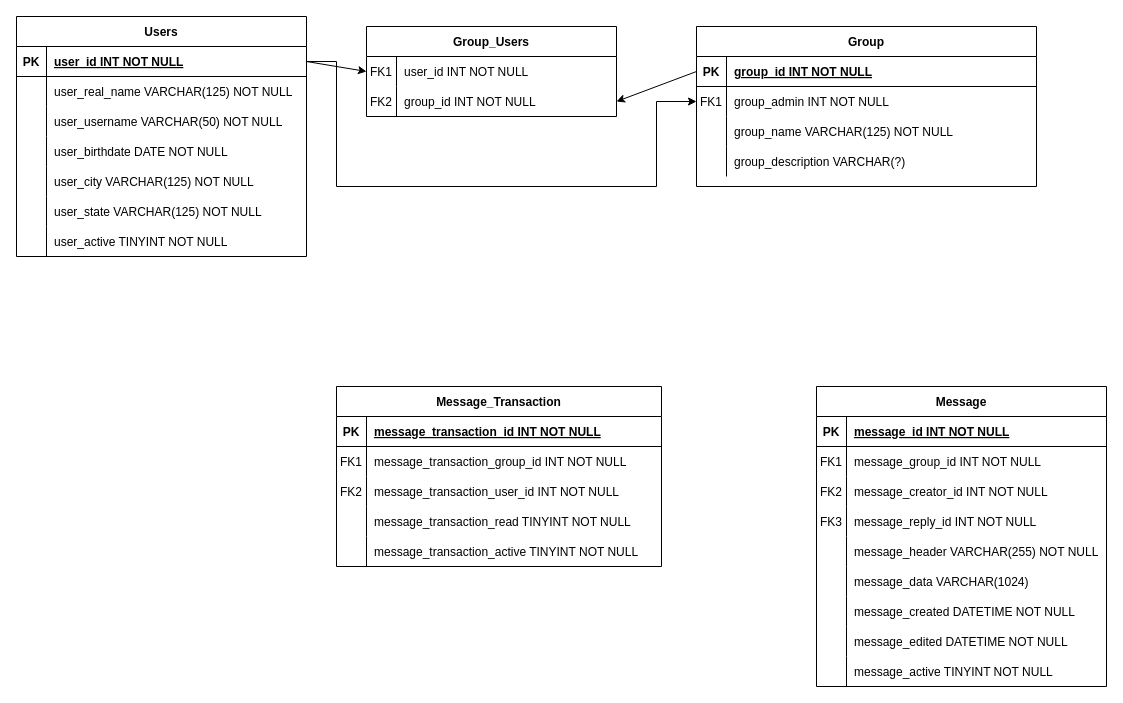
Above: page "Copy of Page-1" (2 of 2) of UML.drawio in jdstrongpdx/Data-Dragons (draw.io), before the change. Source tidied: cells renumbered, new cells numbered last; positions are measured from the earlier drawing's top-left corner, leaving out a move shared by most shapes. Both pictures are drawn from the tidied source at 100%, with x=0, y=0 at pixel (16, 16).
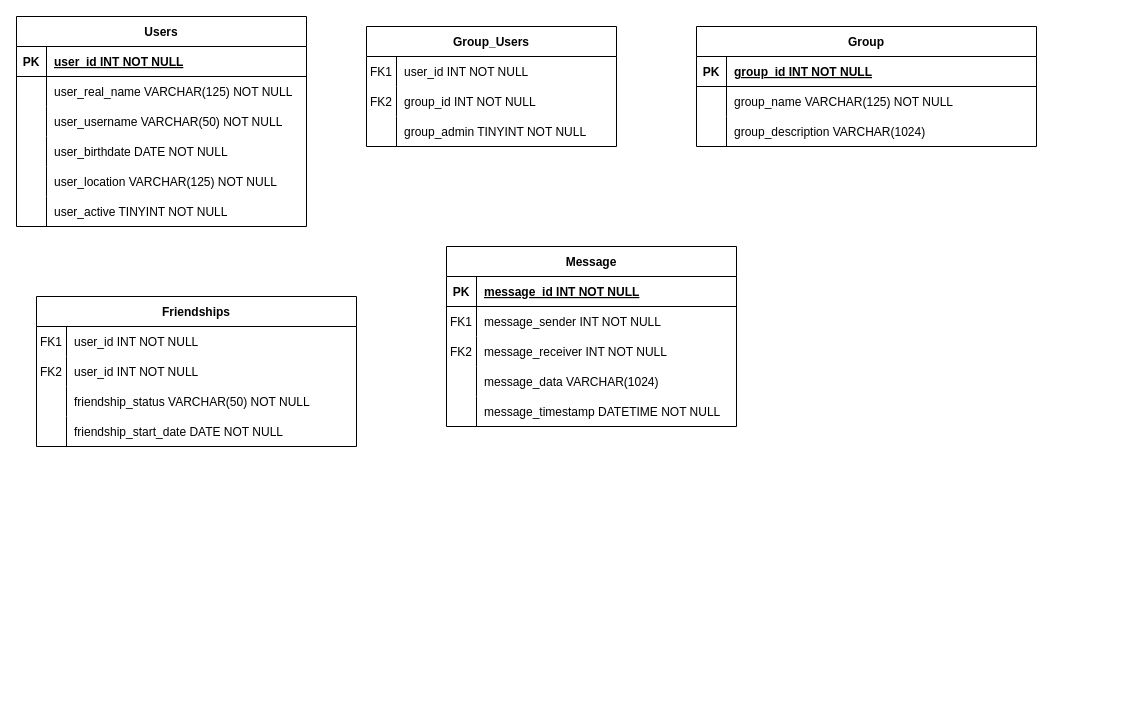
Above is the later version.

The change refers to these unchanged cells:
```xml
<mxCell id="3" style="shape=partialRectangle;fillColor=none;points=[[0,0.5],[1,0.5]];portConstraint=eastwest;top=0;left=0;right=0;bottom=0;" parent="2" vertex="1">
  <mxGeometry y="30" width="250" height="30" as="geometry" />
</mxCell>
<mxCell id="6" style="shape=partialRectangle;fillColor=none;points=[[0,0.5],[1,0.5]];portConstraint=eastwest;top=0;left=0;right=0;bottom=0;" parent="2" vertex="1">
  <mxGeometry y="60" width="250" height="30" as="geometry" />
</mxCell>
<mxCell id="10" style="shape=partialRectangle;fillColor=none;points=[[0,0.5],[1,0.5]];portConstraint=eastwest;top=0;left=0;right=0;bottom=1;" parent="9" vertex="1">
  <mxGeometry y="30" width="340" height="30" as="geometry" />
</mxCell>
<mxCell id="26" style="shape=partialRectangle;fillColor=none;top=0;left=0;right=0;bottom=0;" parent="22" vertex="1">
  <mxGeometry y="60" width="290" height="30" as="geometry" />
</mxCell>
<mxCell id="29" style="shape=partialRectangle;fillColor=none;top=0;left=0;right=0;bottom=0;" parent="22" vertex="1">
  <mxGeometry y="90" width="290" height="30" as="geometry" />
</mxCell>
<mxCell id="51" style="shape=partialRectangle;fillColor=none;points=[[0,0.5],[1,0.5]];portConstraint=eastwest;top=0;left=0;right=0;bottom=1;" parent="50" vertex="1">
  <mxGeometry y="30" width="290" height="30" as="geometry" />
</mxCell>
<mxCell id="63" style="shape=partialRectangle;fillColor=none;top=0;left=0;right=0;bottom=0;" parent="50" vertex="1">
  <mxGeometry y="150" width="290" height="30" as="geometry" />
</mxCell>
```

Change to the diagram source:
```diff
@@
     <mxCell id="2" value="Group_Users" style="shape=table;startSize=30;childLayout=tableLayout;rowLines=0;fontStyle=1;align=center;" parent="1" vertex="1">
-      <mxGeometry x="350" y="10" width="250" height="90" as="geometry" />
+      <mxGeometry x="350" y="10" width="250" height="120" as="geometry" />
     </mxCell>
@@
+    <mxCell id="91" style="shape=tableRow;horizontal=0;startSize=0;swimlaneHead=0;swimlaneBody=0;fillColor=none;top=0;left=0;right=0;bottom=0;" parent="2" vertex="1">
+      <mxGeometry y="90" width="250" height="30" as="geometry" />
+    </mxCell>
+    <mxCell id="92" style="shape=partialRectangle;fillColor=none;top=0;left=0;bottom=0;right=0;overflow=hidden;" parent="91" vertex="1">
+      <mxGeometry width="30" height="30" as="geometry" />
+    </mxCell>
+    <mxCell id="93" value="group_admin TINYINT NOT NULL" style="shape=partialRectangle;fillColor=none;top=0;left=0;bottom=0;right=0;align=left;spacingLeft=6;overflow=hidden;" parent="91" vertex="1">
+      <mxGeometry x="30" width="220" height="30" as="geometry" />
+    </mxCell>
     <mxCell id="9" value="Group" style="shape=table;startSize=30;childLayout=tableLayout;rowLines=0;fontStyle=1;align=center;" parent="1" vertex="1">
-      <mxGeometry x="680" y="10" width="340" height="160" as="geometry" />
+      <mxGeometry x="680" y="10" width="340" height="120" as="geometry" />
     </mxCell>
@@
-    <mxCell id="13" style="shape=partialRectangle;fillColor=none;points=[[0,0.5],[1,0.5]];portConstraint=eastwest;top=0;left=0;right=0;bottom=0;" parent="9" vertex="1">
-      <mxGeometry y="60" width="340" height="30" as="geometry" />
-    </mxCell>
-    <mxCell id="14" value="FK1" style="shape=partialRectangle;overflow=hidden;fillColor=none;top=0;left=0;bottom=0;right=0;" parent="13" vertex="1">
-      <mxGeometry width="30" height="30" as="geometry" />
-    </mxCell>
-    <mxCell id="15" value="group_admin INT NOT NULL" style="shape=partialRectangle;overflow=hidden;fillColor=none;top=0;left=0;bottom=0;right=0;align=left;spacingLeft=6;" parent="13" vertex="1">
-      <mxGeometry x="30" width="310" height="30" as="geometry" />
-    </mxCell>
     <mxCell id="16" style="shape=partialRectangle;fillColor=none;top=0;left=0;right=0;bottom=0;" parent="9" vertex="1">
-      <mxGeometry y="90" width="340" height="30" as="geometry" />
+      <mxGeometry y="60" width="340" height="30" as="geometry" />
     </mxCell>
@@
     <mxCell id="19" style="shape=partialRectangle;fillColor=none;top=0;left=0;right=0;bottom=0;" parent="9" vertex="1">
-      <mxGeometry y="120" width="340" height="30" as="geometry" />
+      <mxGeometry y="90" width="340" height="30" as="geometry" />
     </mxCell>
@@
-    <mxCell id="21" value="group_description VARCHAR(?) " style="shape=partialRectangle;overflow=hidden;fillColor=none;top=0;left=0;bottom=0;right=0;align=left;spacingLeft=6;" parent="19" vertex="1">
+    <mxCell id="21" value="group_description VARCHAR(1024) " style="shape=partialRectangle;overflow=hidden;fillColor=none;top=0;left=0;bottom=0;right=0;align=left;spacingLeft=6;" parent="19" vertex="1">
       <mxGeometry x="30" width="310" height="30" as="geometry" />
     </mxCell>
     <mxCell id="22" value="Message" style="shape=table;startSize=30;childLayout=tableLayout;rowLines=0;fontStyle=1;align=center;" parent="1" vertex="1">
-      <mxGeometry x="800" y="370" width="290" height="300" as="geometry" />
+      <mxGeometry x="430" y="230" width="290" height="180" as="geometry" />
     </mxCell>
@@
-    <mxCell id="28" value="message_group_id INT NOT NULL" style="shape=partialRectangle;overflow=hidden;fillColor=none;top=0;left=0;bottom=0;right=0;align=left;spacingLeft=6;" parent="26" vertex="1">
+    <mxCell id="28" value="message_sender INT NOT NULL" style="shape=partialRectangle;overflow=hidden;fillColor=none;top=0;left=0;bottom=0;right=0;align=left;spacingLeft=6;" parent="26" vertex="1">
       <mxGeometry x="30" width="260" height="30" as="geometry" />
     </mxCell>
@@
-    <mxCell id="31" value="message_creator_id INT NOT NULL" style="shape=partialRectangle;overflow=hidden;fillColor=none;top=0;left=0;bottom=0;right=0;align=left;spacingLeft=6;" parent="29" vertex="1">
+    <mxCell id="31" value="message_receiver INT NOT NULL" style="shape=partialRectangle;overflow=hidden;fillColor=none;top=0;left=0;bottom=0;right=0;align=left;spacingLeft=6;" parent="29" vertex="1">
       <mxGeometry x="30" width="260" height="30" as="geometry" />
     </mxCell>
-    <mxCell id="32" style="shape=partialRectangle;fillColor=none;top=0;left=0;right=0;bottom=0;" parent="22" vertex="1">
-      <mxGeometry y="120" width="290" height="30" as="geometry" />
-    </mxCell>
-    <mxCell id="33" value="FK3" style="shape=partialRectangle;overflow=hidden;fillColor=none;top=0;left=0;bottom=0;right=0;" parent="32" vertex="1">
-      <mxGeometry width="30" height="30" as="geometry" />
-    </mxCell>
-    <mxCell id="34" value="message_reply_id INT NOT NULL" style="shape=partialRectangle;overflow=hidden;fillColor=none;top=0;left=0;bottom=0;right=0;align=left;spacingLeft=6;" parent="32" vertex="1">
-      <mxGeometry x="30" width="260" height="30" as="geometry" />
-    </mxCell>
-    <mxCell id="35" style="shape=partialRectangle;fillColor=none;top=0;left=0;right=0;bottom=0;" parent="22" vertex="1">
-      <mxGeometry y="150" width="290" height="30" as="geometry" />
-    </mxCell>
-    <mxCell id="36" style="shape=partialRectangle;overflow=hidden;fillColor=none;top=0;left=0;bottom=0;right=0;" parent="35" vertex="1">
-      <mxGeometry width="30" height="30" as="geometry" />
-    </mxCell>
-    <mxCell id="37" value="message_header VARCHAR(255) NOT NULL" style="shape=partialRectangle;overflow=hidden;fillColor=none;top=0;left=0;bottom=0;right=0;align=left;spacingLeft=6;" parent="35" vertex="1">
-      <mxGeometry x="30" width="260" height="30" as="geometry" />
-    </mxCell>
     <mxCell id="38" style="shape=partialRectangle;fillColor=none;top=0;left=0;right=0;bottom=0;" parent="22" vertex="1">
-      <mxGeometry y="180" width="290" height="30" as="geometry" />
+      <mxGeometry y="120" width="290" height="30" as="geometry" />
     </mxCell>
@@
     <mxCell id="41" style="shape=partialRectangle;fillColor=none;top=0;left=0;right=0;bottom=0;" parent="22" vertex="1">
-      <mxGeometry y="210" width="290" height="30" as="geometry" />
+      <mxGeometry y="150" width="290" height="30" as="geometry" />
     </mxCell>
@@
-    <mxCell id="43" value="message_created DATETIME NOT NULL" style="shape=partialRectangle;overflow=hidden;fillColor=none;top=0;left=0;bottom=0;right=0;align=left;spacingLeft=6;" parent="41" vertex="1">
+    <mxCell id="43" value="message_timestamp DATETIME NOT NULL" style="shape=partialRectangle;overflow=hidden;fillColor=none;top=0;left=0;bottom=0;right=0;align=left;spacingLeft=6;" parent="41" vertex="1">
       <mxGeometry x="30" width="260" height="30" as="geometry" />
     </mxCell>
-    <mxCell id="44" style="shape=partialRectangle;fillColor=none;top=0;left=0;right=0;bottom=0;" parent="22" vertex="1">
-      <mxGeometry y="240" width="290" height="30" as="geometry" />
-    </mxCell>
-    <mxCell id="45" style="shape=partialRectangle;overflow=hidden;fillColor=none;top=0;left=0;bottom=0;right=0;" parent="44" vertex="1">
-      <mxGeometry width="30" height="30" as="geometry" />
-    </mxCell>
-    <mxCell id="46" value="message_edited DATETIME NOT NULL" style="shape=partialRectangle;overflow=hidden;fillColor=none;top=0;left=0;bottom=0;right=0;align=left;spacingLeft=6;" parent="44" vertex="1">
-      <mxGeometry x="30" width="260" height="30" as="geometry" />
-    </mxCell>
-    <mxCell id="47" style="shape=partialRectangle;fillColor=none;top=0;left=0;right=0;bottom=0;" parent="22" vertex="1">
-      <mxGeometry y="270" width="290" height="30" as="geometry" />
-    </mxCell>
-    <mxCell id="48" style="shape=partialRectangle;overflow=hidden;fillColor=none;top=0;left=0;bottom=0;right=0;" parent="47" vertex="1">
-      <mxGeometry width="30" height="30" as="geometry" />
-    </mxCell>
-    <mxCell id="49" value="message_active TINYINT NOT NULL" style="shape=partialRectangle;overflow=hidden;fillColor=none;top=0;left=0;bottom=0;right=0;align=left;spacingLeft=6;" parent="47" vertex="1">
-      <mxGeometry x="30" width="260" height="30" as="geometry" />
-    </mxCell>
     <mxCell id="50" value="Users" style="shape=table;startSize=30;childLayout=tableLayout;rowLines=0;fontStyle=1;align=center;" parent="1" vertex="1">
-      <mxGeometry width="290" height="240" as="geometry" />
+      <mxGeometry width="290" height="210" as="geometry" />
     </mxCell>
@@
-    <mxCell id="65" value="user_city VARCHAR(125) NOT NULL" style="shape=partialRectangle;overflow=hidden;fillColor=none;top=0;left=0;bottom=0;right=0;align=left;spacingLeft=6;" parent="63" vertex="1">
+    <mxCell id="65" value="user_location VARCHAR(125) NOT NULL" style="shape=partialRectangle;overflow=hidden;fillColor=none;top=0;left=0;bottom=0;right=0;align=left;spacingLeft=6;" parent="63" vertex="1">
       <mxGeometry x="30" width="260" height="30" as="geometry" />
     </mxCell>
-    <mxCell id="66" style="shape=partialRectangle;fillColor=none;top=0;left=0;right=0;bottom=0;" parent="50" vertex="1">
-      <mxGeometry y="180" width="290" height="30" as="geometry" />
-    </mxCell>
-    <mxCell id="67" style="shape=partialRectangle;overflow=hidden;fillColor=none;top=0;left=0;bottom=0;right=0;" parent="66" vertex="1">
-      <mxGeometry width="30" height="30" as="geometry" />
-    </mxCell>
-    <mxCell id="68" value="user_state VARCHAR(125) NOT NULL" style="shape=partialRectangle;overflow=hidden;fillColor=none;top=0;left=0;bottom=0;right=0;align=left;spacingLeft=6;" parent="66" vertex="1">
-      <mxGeometry x="30" width="260" height="30" as="geometry" />
-    </mxCell>
     <mxCell id="69" style="shape=partialRectangle;fillColor=none;top=0;left=0;right=0;bottom=0;" parent="50" vertex="1">
-      <mxGeometry y="210" width="290" height="30" as="geometry" />
+      <mxGeometry y="180" width="290" height="30" as="geometry" />
     </mxCell>
@@
-    <mxCell id="72" value="Message_Transaction" style="shape=table;startSize=30;childLayout=tableLayout;rowLines=0;fontStyle=1;align=center;" parent="1" vertex="1">
-      <mxGeometry x="320" y="370" width="325" height="180" as="geometry" />
-    </mxCell>
-    <mxCell id="73" style="shape=partialRectangle;fillColor=none;top=0;left=0;right=0;bottom=1;" parent="72" vertex="1">
-      <mxGeometry y="30" width="325" height="30" as="geometry" />
-    </mxCell>
-    <mxCell id="74" value="PK" style="shape=partialRectangle;overflow=hidden;fillColor=none;top=0;left=0;bottom=0;right=0;fontStyle=1;" parent="73" vertex="1">
-      <mxGeometry width="30" height="30" as="geometry" />
-    </mxCell>
-    <mxCell id="75" value="message_transaction_id INT NOT NULL" style="shape=partialRectangle;overflow=hidden;fillColor=none;top=0;left=0;bottom=0;right=0;align=left;spacingLeft=6;fontStyle=5;" parent="73" vertex="1">
-      <mxGeometry x="30" width="295" height="30" as="geometry" />
-    </mxCell>
-    <mxCell id="76" style="shape=partialRectangle;fillColor=none;top=0;left=0;right=0;bottom=0;" parent="72" vertex="1">
-      <mxGeometry y="60" width="325" height="30" as="geometry" />
-    </mxCell>
-    <mxCell id="77" value="FK1" style="shape=partialRectangle;overflow=hidden;fillColor=none;top=0;left=0;bottom=0;right=0;" parent="76" vertex="1">
-      <mxGeometry width="30" height="30" as="geometry" />
-    </mxCell>
-    <mxCell id="78" value="message_transaction_group_id INT NOT NULL" style="shape=partialRectangle;overflow=hidden;fillColor=none;top=0;left=0;bottom=0;right=0;align=left;spacingLeft=6;" parent="76" vertex="1">
-      <mxGeometry x="30" width="295" height="30" as="geometry" />
-    </mxCell>
-    <mxCell id="79" style="shape=partialRectangle;fillColor=none;top=0;left=0;right=0;bottom=0;" parent="72" vertex="1">
-      <mxGeometry y="90" width="325" height="30" as="geometry" />
-    </mxCell>
+    <mxCell id="94" value="Friendships" style="shape=table;startSize=30;childLayout=tableLayout;rowLines=0;fontStyle=1;align=center;" parent="1" vertex="1">
+      <mxGeometry x="20" y="280" width="320" height="150" as="geometry" />
+    </mxCell>
+    <mxCell id="95" style="shape=partialRectangle;fillColor=none;top=0;left=0;right=0;bottom=0;" parent="94" vertex="1">
+      <mxGeometry y="30" width="320" height="30" as="geometry" />
+    </mxCell>
+    <mxCell id="96" value="FK1" style="shape=partialRectangle;overflow=hidden;fillColor=none;top=0;left=0;bottom=0;right=0;" parent="95" vertex="1">
+      <mxGeometry width="30" height="30" as="geometry" />
+    </mxCell>
+    <mxCell id="97" value="user_id INT NOT NULL" style="shape=partialRectangle;overflow=hidden;fillColor=none;top=0;left=0;bottom=0;right=0;align=left;spacingLeft=6;" parent="95" vertex="1">
+      <mxGeometry x="30" width="290" height="30" as="geometry" />
+    </mxCell>
+    <mxCell id="98" style="shape=partialRectangle;fillColor=none;top=0;left=0;right=0;bottom=0;" parent="94" vertex="1">
+      <mxGeometry y="60" width="320" height="30" as="geometry" />
+    </mxCell>
-    <mxCell id="80" value="FK2" style="shape=partialRectangle;overflow=hidden;fillColor=none;top=0;left=0;bottom=0;right=0;" parent="79" vertex="1">
+    <mxCell id="80" value="FK2" style="shape=partialRectangle;overflow=hidden;fillColor=none;top=0;left=0;bottom=0;right=0;" parent="98" vertex="1">
       <mxGeometry width="30" height="30" as="geometry" />
     </mxCell>
-    <mxCell id="81" value="message_transaction_user_id INT NOT NULL" style="shape=partialRectangle;overflow=hidden;fillColor=none;top=0;left=0;bottom=0;right=0;align=left;spacingLeft=6;" parent="79" vertex="1">
-      <mxGeometry x="30" width="295" height="30" as="geometry" />
-    </mxCell>
-    <mxCell id="82" style="shape=partialRectangle;fillColor=none;top=0;left=0;right=0;bottom=0;" parent="72" vertex="1">
-      <mxGeometry y="120" width="325" height="30" as="geometry" />
-    </mxCell>
-    <mxCell id="83" style="shape=partialRectangle;overflow=hidden;fillColor=none;top=0;left=0;bottom=0;right=0;" parent="82" vertex="1">
-      <mxGeometry width="30" height="30" as="geometry" />
-    </mxCell>
-    <mxCell id="84" value="message_transaction_read TINYINT NOT NULL" style="shape=partialRectangle;overflow=hidden;fillColor=none;top=0;left=0;bottom=0;right=0;align=left;spacingLeft=6;" parent="82" vertex="1">
-      <mxGeometry x="30" width="295" height="30" as="geometry" />
-    </mxCell>
-    <mxCell id="85" style="shape=partialRectangle;fillColor=none;top=0;left=0;right=0;bottom=0;" parent="72" vertex="1">
-      <mxGeometry y="150" width="325" height="30" as="geometry" />
-    </mxCell>
-    <mxCell id="86" style="shape=partialRectangle;overflow=hidden;fillColor=none;top=0;left=0;bottom=0;right=0;" parent="85" vertex="1">
-      <mxGeometry width="30" height="30" as="geometry" />
-    </mxCell>
-    <mxCell id="87" value="message_transaction_active TINYINT NOT NULL" style="shape=partialRectangle;overflow=hidden;fillColor=none;top=0;left=0;bottom=0;right=0;align=left;spacingLeft=6;" parent="85" vertex="1">
-      <mxGeometry x="30" width="295" height="30" as="geometry" />
-    </mxCell>
-    <mxCell id="88" style="edgeStyle=none;rounded=0;jettySize=auto;html=1;exitX=1;exitY=0.5;exitDx=0;exitDy=0;entryX=0;entryY=0.5;entryDx=0;entryDy=0;" parent="1" edge="1" source="51" target="3">
-      <mxGeometry relative="1" as="geometry" />
-    </mxCell>
-    <mxCell id="89" style="edgeStyle=none;rounded=0;jettySize=auto;html=1;exitX=0;exitY=0.5;exitDx=0;exitDy=0;entryX=1;entryY=0.5;entryDx=0;entryDy=0;" parent="1" edge="1" source="10" target="6">
-      <mxGeometry relative="1" as="geometry" />
-    </mxCell>
-    <mxCell id="90" style="edgeStyle=orthogonalEdgeStyle;rounded=0;jettySize=auto;html=1;exitX=1;exitY=0.5;exitDx=0;exitDy=0;" parent="1" edge="1" source="51" target="13">
-      <mxGeometry relative="1" as="geometry">
-        <Array as="points">
-          <mxPoint x="320" y="45" />
-          <mxPoint x="320" y="170" />
-          <mxPoint x="640" y="170" />
-          <mxPoint x="640" y="85" />
-        </Array>
-      </mxGeometry>
-    </mxCell>
+    <mxCell id="99" value="user_id INT NOT NULL" style="shape=partialRectangle;overflow=hidden;fillColor=none;top=0;left=0;bottom=0;right=0;align=left;spacingLeft=6;" parent="98" vertex="1">
+      <mxGeometry x="30" width="290" height="30" as="geometry" />
+    </mxCell>
+    <mxCell id="100" style="shape=tableRow;horizontal=0;startSize=0;swimlaneHead=0;swimlaneBody=0;fillColor=none;top=0;left=0;right=0;bottom=0;" parent="94" vertex="1">
+      <mxGeometry y="90" width="320" height="30" as="geometry" />
+    </mxCell>
+    <mxCell id="101" style="shape=partialRectangle;fillColor=none;top=0;left=0;bottom=0;right=0;overflow=hidden;" parent="100" vertex="1">
+      <mxGeometry width="30" height="30" as="geometry" />
+    </mxCell>
+    <mxCell id="102" value="friendship_status VARCHAR(50) NOT NULL" style="shape=partialRectangle;fillColor=none;top=0;left=0;bottom=0;right=0;align=left;spacingLeft=6;overflow=hidden;" parent="100" vertex="1">
+      <mxGeometry x="30" width="290" height="30" as="geometry" />
+    </mxCell>
+    <mxCell id="103" style="shape=tableRow;horizontal=0;startSize=0;swimlaneHead=0;swimlaneBody=0;fillColor=none;top=0;left=0;right=0;bottom=0;" parent="94" vertex="1">
+      <mxGeometry y="120" width="320" height="30" as="geometry" />
+    </mxCell>
+    <mxCell id="104" style="shape=partialRectangle;fillColor=none;top=0;left=0;bottom=0;right=0;overflow=hidden;" parent="103" vertex="1">
+      <mxGeometry width="30" height="30" as="geometry" />
+    </mxCell>
+    <mxCell id="105" value="friendship_start_date DATE NOT NULL" style="shape=partialRectangle;fillColor=none;top=0;left=0;bottom=0;right=0;align=left;spacingLeft=6;overflow=hidden;" parent="103" vertex="1">
+      <mxGeometry x="30" width="290" height="30" as="geometry" />
+    </mxCell>
```
